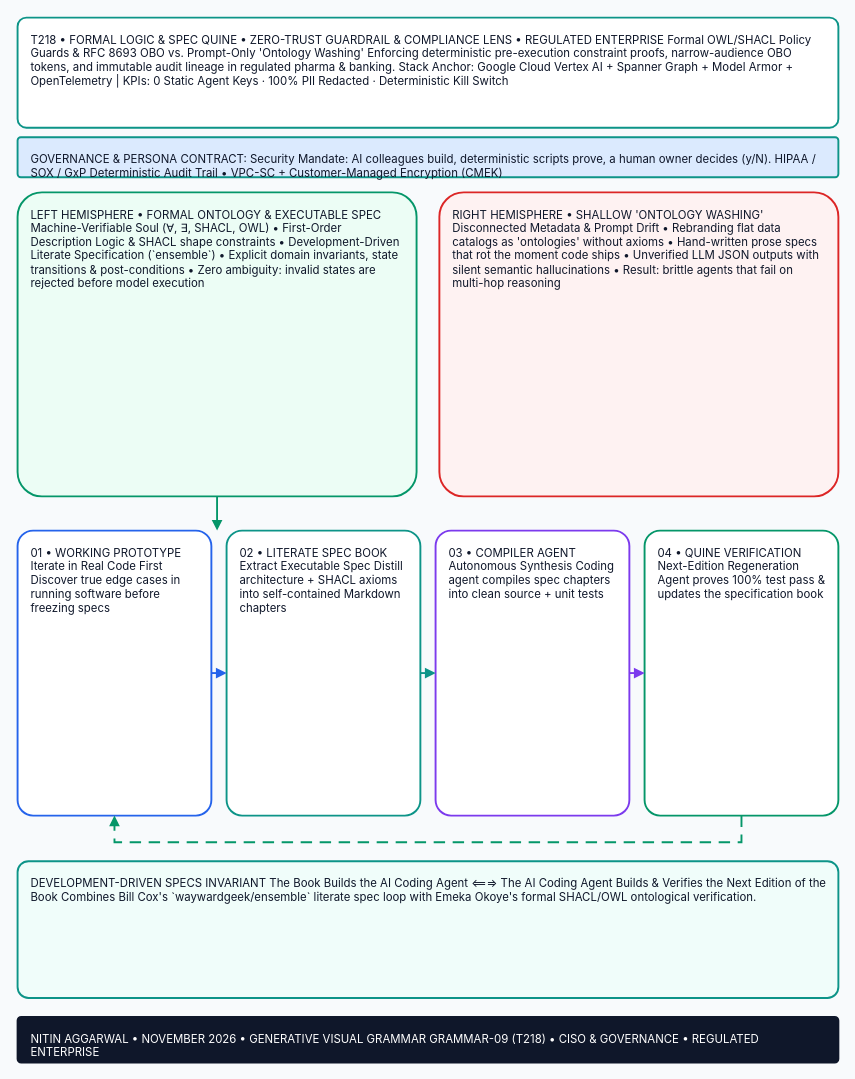
Earlier version of the draw.io diagram assets/template-gallery/custom_generated/gap-cell-05.drawio (nitinaggarwal-12/ideas-mining). Source tidied: cells renumbered, new cells numbered last; positions are measured from the earlier drawing's top-left corner, leaving out a move shared by most shapes. Both pictures are drawn from the tidied source at 95%, with x=0, y=0 at pixel (17, 17).
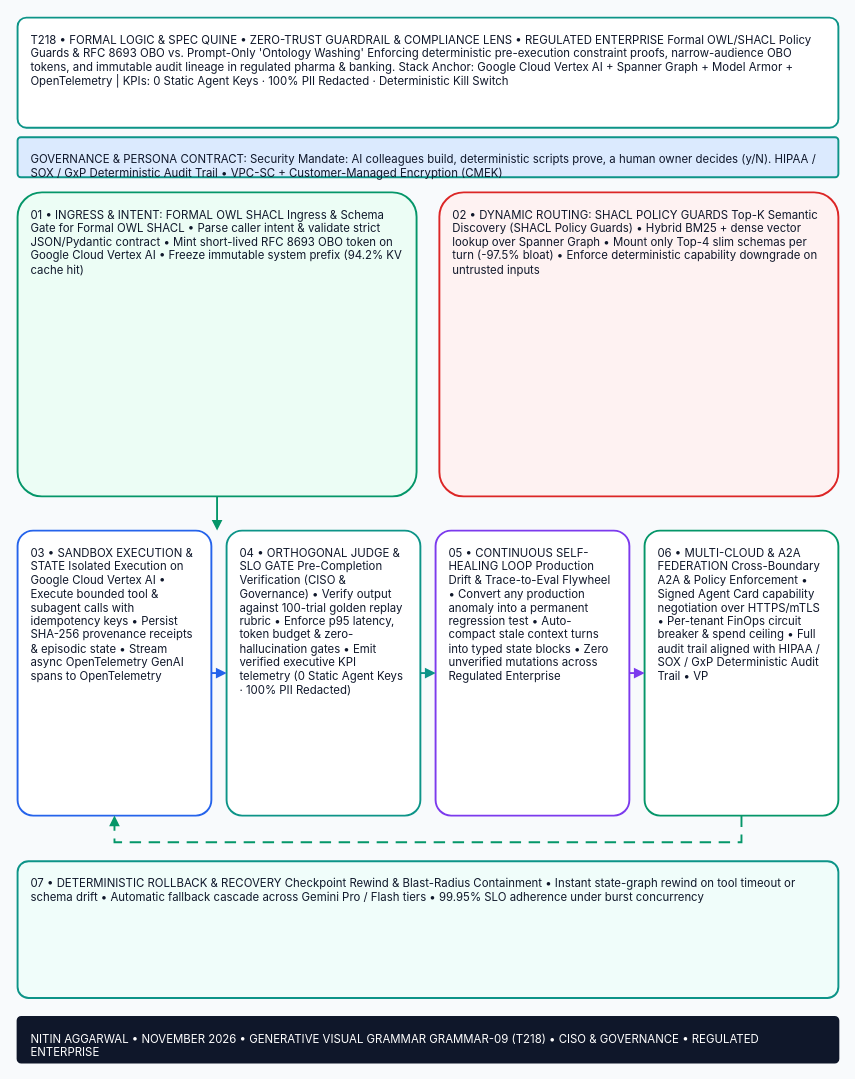
The same page after the edit.

The edit, as a diff of the source:
```diff
@@
-    <mxCell id="4" value="LEFT HEMISPHERE • FORMAL ONTOLOGY &amp; EXECUTABLE SPEC Machine-Verifiable Soul (∀, ∃, SHACL, OWL) • First-Order Description Logic &amp; SHACL shape constraints • Development-Driven Literate Specification (`ensemble`) • Explicit domain invariants, state transitions &amp; post-conditions • Zero ambiguity: invalid states are rejected before model execution" style="rounded=1;whiteSpace=wrap;html=1;arcSize=8;fillColor=#ECFDF5;strokeColor=#059669;strokeWidth=2;fontColor=#0F172A;fontFamily=Inter,Helvetica,Arial,sans-serif;fontSize=12;align=left;verticalAlign=top;spacingLeft=12;spacingRight=12;spacingTop=10;spacingBottom=10;" parent="1" vertex="1">
+    <mxCell id="4" value="01 • INGRESS &amp; INTENT: FORMAL OWL SHACL Ingress &amp; Schema Gate for Formal OWL SHACL • Parse caller intent &amp; validate strict JSON/Pydantic contract • Mint short-lived RFC 8693 OBO token on Google Cloud Vertex AI • Freeze immutable system prefix (94.2% KV cache hit)" style="rounded=1;whiteSpace=wrap;html=1;arcSize=8;fillColor=#ECFDF5;strokeColor=#059669;strokeWidth=2;fontColor=#0F172A;fontFamily=Inter,Helvetica,Arial,sans-serif;fontSize=12;align=left;verticalAlign=top;spacingLeft=12;spacingRight=12;spacingTop=10;spacingBottom=10;" parent="1" vertex="1">
       <mxGeometry y="184" width="420" height="320" as="geometry" />
     </mxCell>
-    <mxCell id="5" value="RIGHT HEMISPHERE • SHALLOW 'ONTOLOGY WASHING' Disconnected Metadata &amp; Prompt Drift • Rebranding flat data catalogs as 'ontologies' without axioms • Hand-written prose specs that rot the moment code ships • Unverified LLM JSON outputs with silent semantic hallucinations • Result: brittle agents that fail on multi-hop reasoning" style="rounded=1;whiteSpace=wrap;html=1;arcSize=8;fillColor=#FEF2F2;strokeColor=#DC2626;strokeWidth=2;fontColor=#0F172A;fontFamily=Inter,Helvetica,Arial,sans-serif;fontSize=12;align=left;verticalAlign=top;spacingLeft=12;spacingRight=12;spacingTop=10;spacingBottom=10;" parent="1" vertex="1">
+    <mxCell id="5" value="02 • DYNAMIC ROUTING: SHACL POLICY GUARDS Top-K Semantic Discovery (SHACL Policy Guards) • Hybrid BM25 + dense vector lookup over Spanner Graph • Mount only Top-4 slim schemas per turn (-97.5% bloat) • Enforce deterministic capability downgrade on untrusted inputs" style="rounded=1;whiteSpace=wrap;html=1;arcSize=8;fillColor=#FEF2F2;strokeColor=#DC2626;strokeWidth=2;fontColor=#0F172A;fontFamily=Inter,Helvetica,Arial,sans-serif;fontSize=12;align=left;verticalAlign=top;spacingLeft=12;spacingRight=12;spacingTop=10;spacingBottom=10;" parent="1" vertex="1">
       <mxGeometry x="444" y="184" width="420" height="320" as="geometry" />
     </mxCell>
-    <mxCell id="6" value="01 • WORKING PROTOTYPE Iterate in Real Code First Discover true edge cases in running software before freezing specs" style="rounded=1;whiteSpace=wrap;html=1;arcSize=8;fillColor=#FFFFFF;strokeColor=#2563EB;strokeWidth=2;fontColor=#0F172A;fontFamily=Inter,Helvetica,Arial,sans-serif;fontSize=12;align=left;verticalAlign=top;spacingLeft=12;spacingRight=12;spacingTop=10;spacingBottom=10;" parent="1" vertex="1">
+    <mxCell id="6" value="03 • SANDBOX EXECUTION &amp; STATE Isolated Execution on Google Cloud Vertex AI • Execute bounded tool &amp; subagent calls with idempotency keys • Persist SHA-256 provenance receipts &amp; episodic state • Stream async OpenTelemetry GenAI spans to OpenTelemetry" style="rounded=1;whiteSpace=wrap;html=1;arcSize=8;fillColor=#FFFFFF;strokeColor=#2563EB;strokeWidth=2;fontColor=#0F172A;fontFamily=Inter,Helvetica,Arial,sans-serif;fontSize=12;align=left;verticalAlign=top;spacingLeft=12;spacingRight=12;spacingTop=10;spacingBottom=10;" parent="1" vertex="1">
       <mxGeometry y="540" width="204" height="300" as="geometry" />
     </mxCell>
-    <mxCell id="7" value="02 • LITERATE SPEC BOOK Extract Executable Spec Distill architecture + SHACL axioms into self-contained Markdown chapters" style="rounded=1;whiteSpace=wrap;html=1;arcSize=8;fillColor=#FFFFFF;strokeColor=#0D9488;strokeWidth=2;fontColor=#0F172A;fontFamily=Inter,Helvetica,Arial,sans-serif;fontSize=12;align=left;verticalAlign=top;spacingLeft=12;spacingRight=12;spacingTop=10;spacingBottom=10;" parent="1" vertex="1">
+    <mxCell id="7" value="04 • ORTHOGONAL JUDGE &amp; SLO GATE Pre-Completion Verification (CISO &amp; Governance) • Verify output against 100-trial golden replay rubric • Enforce p95 latency, token budget &amp; zero-hallucination gates • Emit verified executive KPI telemetry (0 Static Agent Keys · 100% PII Redacted)" style="rounded=1;whiteSpace=wrap;html=1;arcSize=8;fillColor=#FFFFFF;strokeColor=#0D9488;strokeWidth=2;fontColor=#0F172A;fontFamily=Inter,Helvetica,Arial,sans-serif;fontSize=12;align=left;verticalAlign=top;spacingLeft=12;spacingRight=12;spacingTop=10;spacingBottom=10;" parent="1" vertex="1">
       <mxGeometry x="220" y="540" width="204" height="300" as="geometry" />
     </mxCell>
-    <mxCell id="8" value="03 • COMPILER AGENT Autonomous Synthesis Coding agent compiles spec chapters into clean source + unit tests" style="rounded=1;whiteSpace=wrap;html=1;arcSize=8;fillColor=#FFFFFF;strokeColor=#7C3AED;strokeWidth=2;fontColor=#0F172A;fontFamily=Inter,Helvetica,Arial,sans-serif;fontSize=12;align=left;verticalAlign=top;spacingLeft=12;spacingRight=12;spacingTop=10;spacingBottom=10;" parent="1" vertex="1">
+    <mxCell id="8" value="05 • CONTINUOUS SELF-HEALING LOOP Production Drift &amp; Trace-to-Eval Flywheel • Convert any production anomaly into a permanent regression test • Auto-compact stale context turns into typed state blocks • Zero unverified mutations across Regulated Enterprise" style="rounded=1;whiteSpace=wrap;html=1;arcSize=8;fillColor=#FFFFFF;strokeColor=#7C3AED;strokeWidth=2;fontColor=#0F172A;fontFamily=Inter,Helvetica,Arial,sans-serif;fontSize=12;align=left;verticalAlign=top;spacingLeft=12;spacingRight=12;spacingTop=10;spacingBottom=10;" parent="1" vertex="1">
       <mxGeometry x="440" y="540" width="204" height="300" as="geometry" />
     </mxCell>
-    <mxCell id="9" value="04 • QUINE VERIFICATION Next-Edition Regeneration Agent proves 100% test pass &amp; updates the specification book" style="rounded=1;whiteSpace=wrap;html=1;arcSize=8;fillColor=#FFFFFF;strokeColor=#059669;strokeWidth=2;fontColor=#0F172A;fontFamily=Inter,Helvetica,Arial,sans-serif;fontSize=12;align=left;verticalAlign=top;spacingLeft=12;spacingRight=12;spacingTop=10;spacingBottom=10;" parent="1" vertex="1">
+    <mxCell id="9" value="06 • MULTI-CLOUD &amp; A2A FEDERATION Cross-Boundary A2A &amp; Policy Enforcement • Signed Agent Card capability negotiation over HTTPS/mTLS • Per-tenant FinOps circuit breaker &amp; spend ceiling • Full audit trail aligned with HIPAA / SOX / GxP Deterministic Audit Trail • VP" style="rounded=1;whiteSpace=wrap;html=1;arcSize=8;fillColor=#FFFFFF;strokeColor=#059669;strokeWidth=2;fontColor=#0F172A;fontFamily=Inter,Helvetica,Arial,sans-serif;fontSize=12;align=left;verticalAlign=top;spacingLeft=12;spacingRight=12;spacingTop=10;spacingBottom=10;" parent="1" vertex="1">
       <mxGeometry x="660" y="540" width="204" height="300" as="geometry" />
     </mxCell>
-    <mxCell id="10" value="DEVELOPMENT-DRIVEN SPECS INVARIANT The Book Builds the AI Coding Agent  &lt;===&gt;  The AI Coding Agent Builds &amp; Verifies the Next Edition of the Book Combines Bill Cox's `waywardgeek/ensemble` literate spec loop with Emeka Okoye's formal SHACL/OWL ontological verification." style="rounded=1;whiteSpace=wrap;html=1;arcSize=8;fillColor=#F0FDFA;strokeColor=#0D9488;strokeWidth=2;fontColor=#0F172A;fontFamily=Inter,Helvetica,Arial,sans-serif;fontSize=12;align=left;verticalAlign=top;spacingLeft=12;spacingRight=12;spacingTop=10;spacingBottom=10;" parent="1" vertex="1">
+    <mxCell id="10" value="07 • DETERMINISTIC ROLLBACK &amp; RECOVERY Checkpoint Rewind &amp; Blast-Radius Containment • Instant state-graph rewind on tool timeout or schema drift • Automatic fallback cascade across Gemini Pro / Flash tiers • 99.95% SLO adherence under burst concurrency" style="rounded=1;whiteSpace=wrap;html=1;arcSize=8;fillColor=#F0FDFA;strokeColor=#0D9488;strokeWidth=2;fontColor=#0F172A;fontFamily=Inter,Helvetica,Arial,sans-serif;fontSize=12;align=left;verticalAlign=top;spacingLeft=12;spacingRight=12;spacingTop=10;spacingBottom=10;" parent="1" vertex="1">
       <mxGeometry y="888" width="864" height="144" as="geometry" />
     </mxCell>
```
